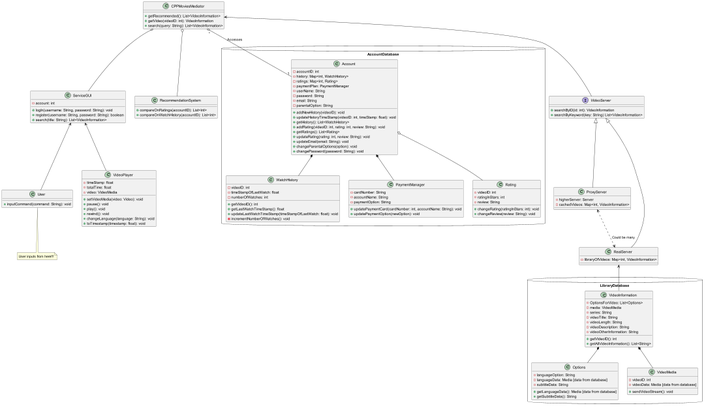
The PlantUML diagram src/UMLs/CPPMovies.png in Lex-ari/CS4800-FoodDelivery, before a commit.
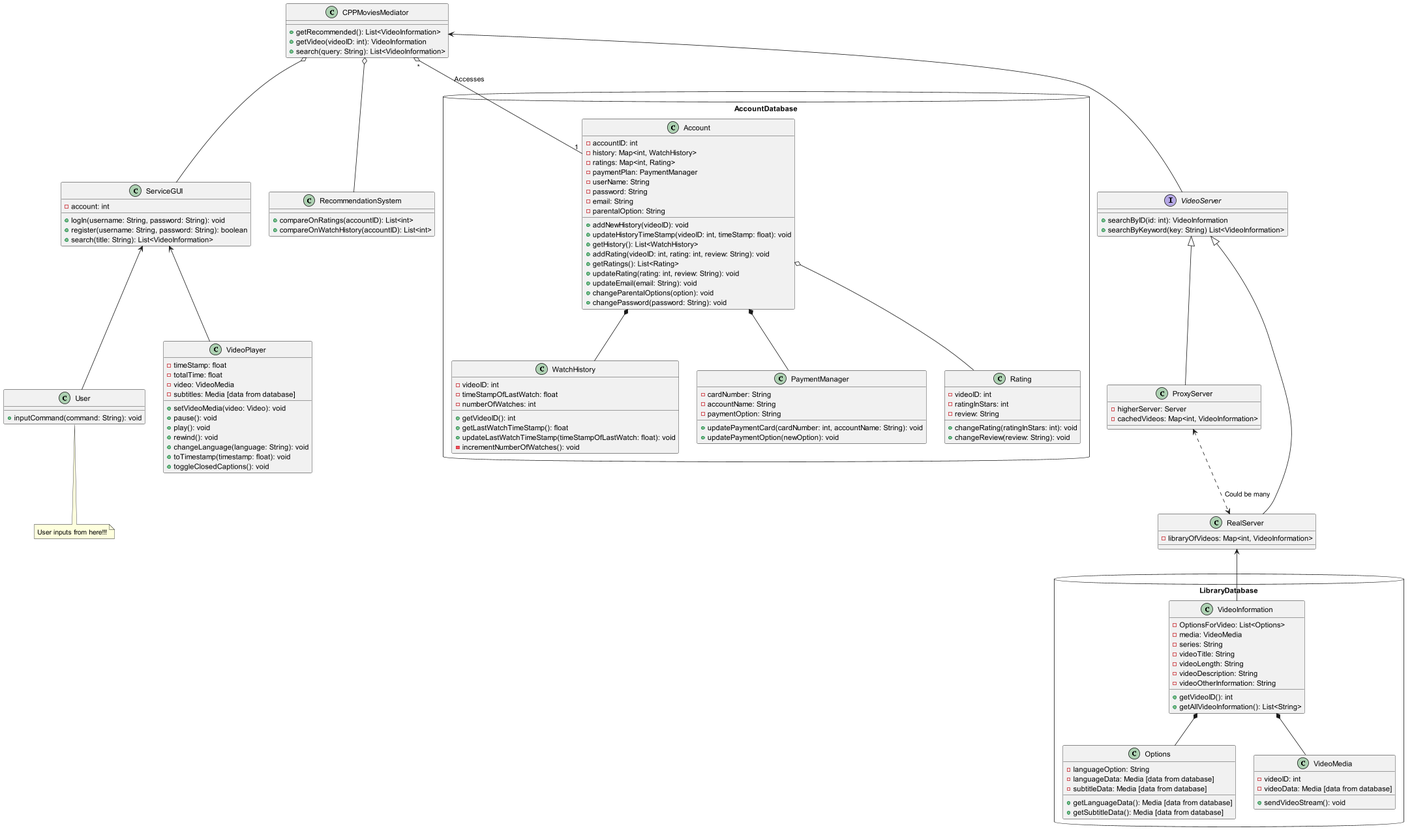
The same diagram one commit later.

The edit, as a diff of the source:
```diff
@@ -79,12 +79,14 @@
 - timeStamp: float
 - totalTime: float
 - video: VideoMedia
+- subtitles: Media [data from database]
 + setVideoMedia(video: Video): void
 + pause(): void
 + play(): void
 + rewind(): void
 + changeLanguage(language: String): void
 + toTimestamp(timestamp: float): void
++ toggleClosedCaptions(): void
 }
 ServiceGUI <-- VideoPlayer
 
@@ -125,10 +127,10 @@
 {
 - languageOption: String
 - languageData: Media [data from database]
-- subtitleData: String
+- subtitleData: Media [data from database]
 
 + getLanguageData(): Media [data from database]
-+ getSubtitleData(): String
++ getSubtitleData(): Media [data from database]
 }
 class VideoMedia
 {
```
